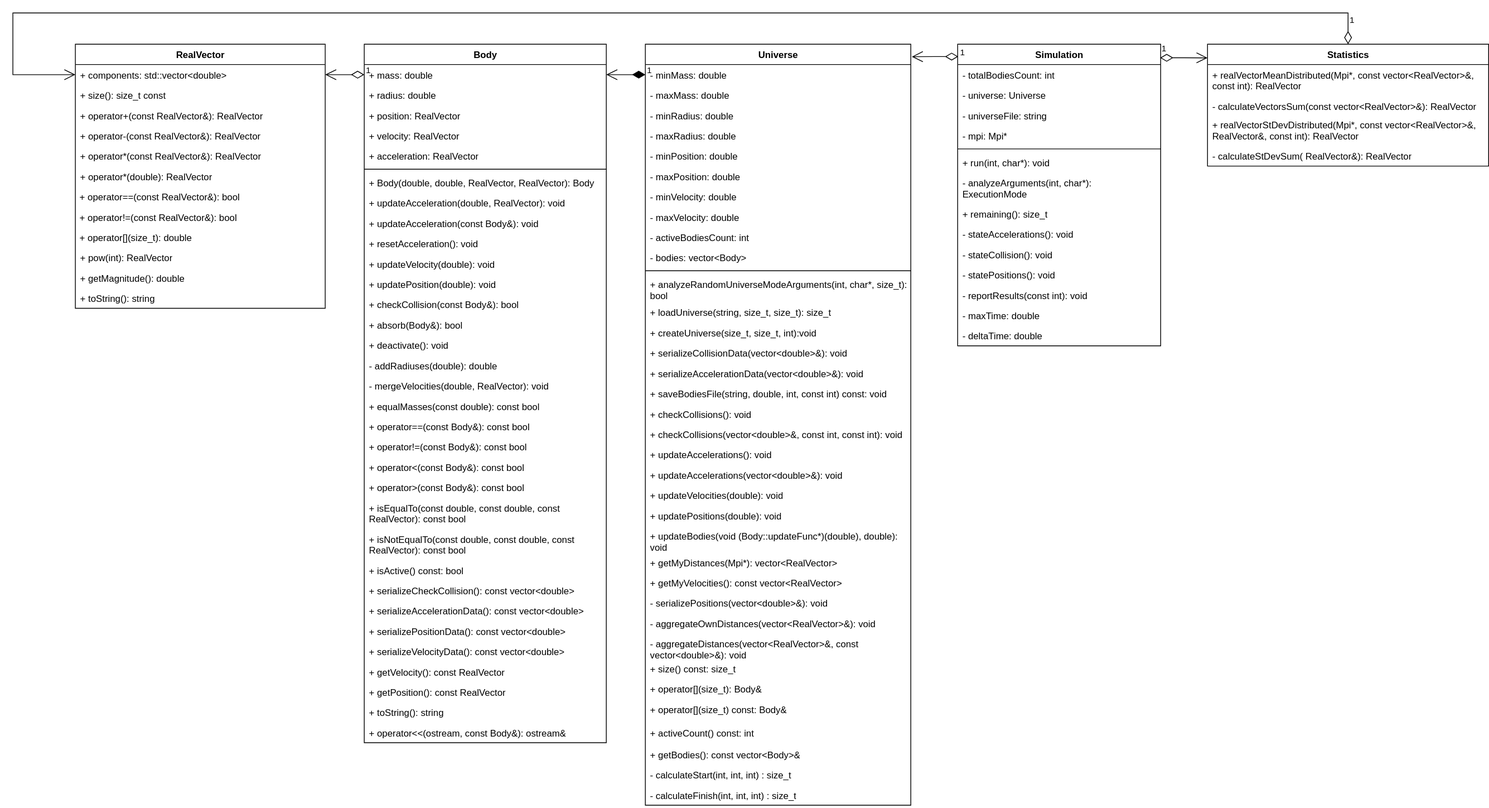
Above: nbody/design/img/nbody_uml.svg in evaanchn/concurrente2025a-stockholm-syndrome (draw.io), before the change. Source tidied: cells renumbered, new cells last; positions are measured from the earlier drawing's top-left corner, leaving out a move shared by most shapes.
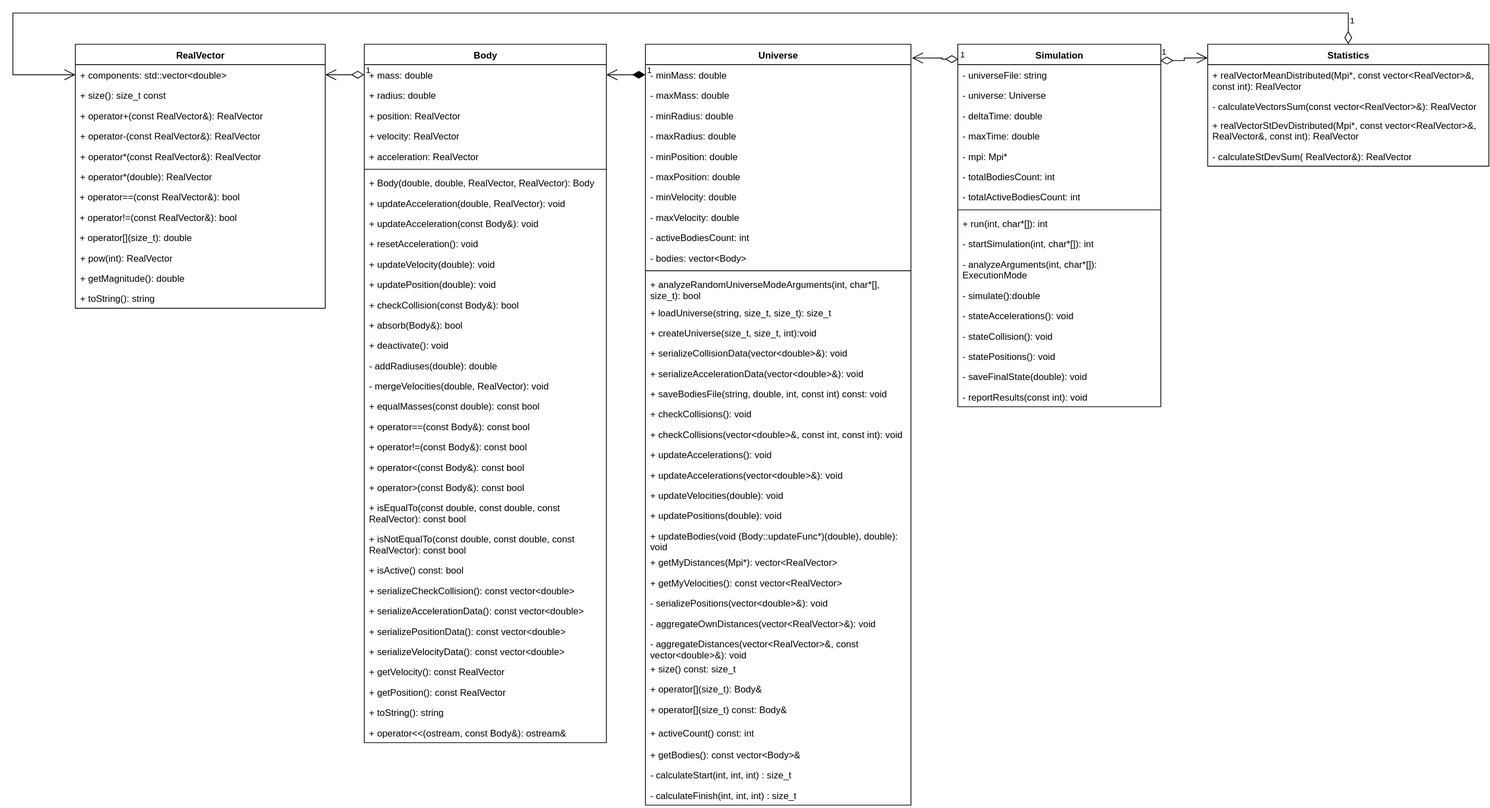
After the commit.

Commit message:
nbody: design update

Change to the diagram source:
```diff
@@ -18,50 +18,59 @@
       <mxGeometry y="130" width="360" height="26" as="geometry" />
     </mxCell>
     <mxCell id="7" value="Simulation" style="swimlane;fontStyle=1;align=center;verticalAlign=top;horizontal=1;startSize=26;whiteSpace=wrap;html=1;" parent="1" vertex="1">
-      <mxGeometry x="1210" y="40" width="260" height="386" as="geometry" />
+      <mxGeometry x="1210" y="40" width="260" height="464" as="geometry" />
     </mxCell>
+    <mxCell id="10" value="- universeFile: string" style="text;strokeColor=none;fillColor=none;align=left;verticalAlign=top;spacingLeft=4;spacingRight=4;overflow=hidden;whiteSpace=wrap;html=1;" parent="7" vertex="1">
+      <mxGeometry y="26" width="260" height="26" as="geometry" />
+    </mxCell>
+    <mxCell id="9" value="- universe: Universe" style="text;strokeColor=none;fillColor=none;align=left;verticalAlign=top;spacingLeft=4;spacingRight=4;overflow=hidden;whiteSpace=wrap;html=1;" parent="7" vertex="1">
+      <mxGeometry y="52" width="260" height="26" as="geometry" />
+    </mxCell>
+    <mxCell id="21" value="- deltaTime: double" style="text;strokeColor=none;fillColor=none;align=left;verticalAlign=top;spacingLeft=4;spacingRight=4;overflow=hidden;whiteSpace=wrap;html=1;" parent="7" vertex="1">
+      <mxGeometry y="78" width="260" height="26" as="geometry" />
+    </mxCell>
+    <mxCell id="20" value="- maxTime: double" style="text;strokeColor=none;fillColor=none;align=left;verticalAlign=top;spacingLeft=4;spacingRight=4;overflow=hidden;whiteSpace=wrap;html=1;" parent="7" vertex="1">
+      <mxGeometry y="104" width="260" height="26" as="geometry" />
+    </mxCell>
+    <mxCell id="11" value="- mpi: Mpi*" style="text;strokeColor=none;fillColor=none;align=left;verticalAlign=top;spacingLeft=4;spacingRight=4;overflow=hidden;whiteSpace=wrap;html=1;" parent="7" vertex="1">
+      <mxGeometry y="130" width="260" height="26" as="geometry" />
+    </mxCell>
     <mxCell id="8" value="- totalBodiesCount: int" style="text;strokeColor=none;fillColor=none;align=left;verticalAlign=top;spacingLeft=4;spacingRight=4;overflow=hidden;whiteSpace=wrap;html=1;" parent="7" vertex="1">
-      <mxGeometry y="26" width="260" height="26" as="geometry" />
+      <mxGeometry y="156" width="260" height="26" as="geometry" />
     </mxCell>
-    <mxCell id="9" value="- universe: Universe" style="text;strokeColor=none;fillColor=none;align=left;verticalAlign=top;spacingLeft=4;spacingRight=4;overflow=hidden;whiteSpace=wrap;html=1;" parent="7" vertex="1">
-      <mxGeometry y="52" width="260" height="26" as="geometry" />
-    </mxCell>
-    <mxCell id="10" value="- universeFile: string" style="text;strokeColor=none;fillColor=none;align=left;verticalAlign=top;spacingLeft=4;spacingRight=4;overflow=hidden;whiteSpace=wrap;html=1;" parent="7" vertex="1">
-      <mxGeometry y="78" width="260" height="26" as="geometry" />
-    </mxCell>
-    <mxCell id="11" value="- mpi: Mpi*" style="text;strokeColor=none;fillColor=none;align=left;verticalAlign=top;spacingLeft=4;spacingRight=4;overflow=hidden;whiteSpace=wrap;html=1;" parent="7" vertex="1">
-      <mxGeometry y="104" width="260" height="26" as="geometry" />
-    </mxCell>
+    <mxCell id="111" value="- totalActiveBodiesCount: int" style="text;strokeColor=none;fillColor=none;align=left;verticalAlign=top;spacingLeft=4;spacingRight=4;overflow=hidden;whiteSpace=wrap;html=1;" parent="7" vertex="1">
+      <mxGeometry y="182" width="260" height="26" as="geometry" />
+    </mxCell>
     <mxCell id="12" style="line;strokeWidth=1;fillColor=none;align=left;verticalAlign=middle;spacingTop=-1;spacingLeft=3;spacingRight=3;labelPosition=right;strokeColor=inherit;" parent="7" vertex="1">
-      <mxGeometry y="130" width="260" height="8" as="geometry" />
+      <mxGeometry y="208" width="260" height="8" as="geometry" />
     </mxCell>
-    <mxCell id="13" value="+ run(int, char*): void" style="text;strokeColor=none;fillColor=none;align=left;verticalAlign=top;spacingLeft=4;spacingRight=4;overflow=hidden;whiteSpace=wrap;html=1;" parent="7" vertex="1">
-      <mxGeometry y="138" width="260" height="26" as="geometry" />
+    <mxCell id="13" value="+ run(int, char*[]): int" style="text;strokeColor=none;fillColor=none;align=left;verticalAlign=top;spacingLeft=4;spacingRight=4;overflow=hidden;whiteSpace=wrap;html=1;" parent="7" vertex="1">
+      <mxGeometry y="216" width="260" height="26" as="geometry" />
     </mxCell>
+    <mxCell id="112" value="- startSimulation(int, char*[]): int&amp;nbsp;" style="text;strokeColor=none;fillColor=none;align=left;verticalAlign=top;spacingLeft=4;spacingRight=4;overflow=hidden;whiteSpace=wrap;html=1;" parent="7" vertex="1">
+      <mxGeometry y="242" width="260" height="26" as="geometry" />
+    </mxCell>
-    <mxCell id="14" value="- analyzeArguments(int, char*): ExecutionMode" style="text;strokeColor=none;fillColor=none;align=left;verticalAlign=top;spacingLeft=4;spacingRight=4;overflow=hidden;whiteSpace=wrap;html=1;" parent="7" vertex="1">
-      <mxGeometry y="164" width="260" height="40" as="geometry" />
+    <mxCell id="14" value="- analyzeArguments(int, char*[]): ExecutionMode" style="text;strokeColor=none;fillColor=none;align=left;verticalAlign=top;spacingLeft=4;spacingRight=4;overflow=hidden;whiteSpace=wrap;html=1;" parent="7" vertex="1">
+      <mxGeometry y="268" width="260" height="40" as="geometry" />
     </mxCell>
-    <mxCell id="15" value="+ remaining(): size_t" style="text;strokeColor=none;fillColor=none;align=left;verticalAlign=top;spacingLeft=4;spacingRight=4;overflow=hidden;whiteSpace=wrap;html=1;" parent="7" vertex="1">
-      <mxGeometry y="204" width="260" height="26" as="geometry" />
+    <mxCell id="15" value="- simulate():double" style="text;strokeColor=none;fillColor=none;align=left;verticalAlign=top;spacingLeft=4;spacingRight=4;overflow=hidden;whiteSpace=wrap;html=1;" parent="7" vertex="1">
+      <mxGeometry y="308" width="260" height="26" as="geometry" />
     </mxCell>
     <mxCell id="16" value="- stateAccelerations(): void" style="text;strokeColor=none;fillColor=none;align=left;verticalAlign=top;spacingLeft=4;spacingRight=4;overflow=hidden;whiteSpace=wrap;html=1;" parent="7" vertex="1">
-      <mxGeometry y="230" width="260" height="26" as="geometry" />
+      <mxGeometry y="334" width="260" height="26" as="geometry" />
     </mxCell>
     <mxCell id="17" value="- stateCollision(): void" style="text;strokeColor=none;fillColor=none;align=left;verticalAlign=top;spacingLeft=4;spacingRight=4;overflow=hidden;whiteSpace=wrap;html=1;" parent="7" vertex="1">
-      <mxGeometry y="256" width="260" height="26" as="geometry" />
+      <mxGeometry y="360" width="260" height="26" as="geometry" />
     </mxCell>
     <mxCell id="18" value="- statePositions(): void" style="text;strokeColor=none;fillColor=none;align=left;verticalAlign=top;spacingLeft=4;spacingRight=4;overflow=hidden;whiteSpace=wrap;html=1;" parent="7" vertex="1">
-      <mxGeometry y="282" width="260" height="26" as="geometry" />
+      <mxGeometry y="386" width="260" height="26" as="geometry" />
     </mxCell>
+    <mxCell id="113" value="- saveFinalState(double): void" style="text;strokeColor=none;fillColor=none;align=left;verticalAlign=top;spacingLeft=4;spacingRight=4;overflow=hidden;whiteSpace=wrap;html=1;" parent="7" vertex="1">
+      <mxGeometry y="412" width="260" height="26" as="geometry" />
+    </mxCell>
     <mxCell id="19" value="- reportResults(const int): void" style="text;strokeColor=none;fillColor=none;align=left;verticalAlign=top;spacingLeft=4;spacingRight=4;overflow=hidden;whiteSpace=wrap;html=1;" parent="7" vertex="1">
-      <mxGeometry y="308" width="260" height="26" as="geometry" />
+      <mxGeometry y="438" width="260" height="26" as="geometry" />
     </mxCell>
-    <mxCell id="20" value="- maxTime: double" style="text;strokeColor=none;fillColor=none;align=left;verticalAlign=top;spacingLeft=4;spacingRight=4;overflow=hidden;whiteSpace=wrap;html=1;" parent="7" vertex="1">
-      <mxGeometry y="334" width="260" height="26" as="geometry" />
-    </mxCell>
-    <mxCell id="21" value="- deltaTime: double" style="text;strokeColor=none;fillColor=none;align=left;verticalAlign=top;spacingLeft=4;spacingRight=4;overflow=hidden;whiteSpace=wrap;html=1;" parent="7" vertex="1">
-      <mxGeometry y="360" width="260" height="26" as="geometry" />
-    </mxCell>
     <mxCell id="22" value="Universe" style="swimlane;fontStyle=1;align=center;verticalAlign=top;horizontal=1;startSize=26;whiteSpace=wrap;html=1;" parent="1" vertex="1">
       <mxGeometry x="810" y="40" width="340" height="974" as="geometry" />
     </mxCell>
@@ -98,7 +107,7 @@
     <mxCell id="33" style="line;strokeWidth=1;fillColor=none;align=left;verticalAlign=middle;spacingTop=-1;spacingLeft=3;spacingRight=3;labelPosition=right;strokeColor=inherit;" parent="22" vertex="1">
       <mxGeometry y="286" width="340" height="8" as="geometry" />
     </mxCell>
-    <mxCell id="34" value="+ analyzeRandomUniverseModeArguments(int, char*, size_t): bool" style="text;strokeColor=none;fillColor=none;align=left;verticalAlign=top;spacingLeft=4;spacingRight=4;overflow=hidden;whiteSpace=wrap;html=1;" parent="22" vertex="1">
+    <mxCell id="34" value="+ analyzeRandomUniverseModeArguments(int, char*[], size_t): bool" style="text;strokeColor=none;fillColor=none;align=left;verticalAlign=top;spacingLeft=4;spacingRight=4;overflow=hidden;whiteSpace=wrap;html=1;" parent="22" vertex="1">
       <mxGeometry y="294" width="340" height="36" as="geometry" />
     </mxCell>
     <mxCell id="35" value="+ loadUniverse(string, size_t, size_t): size_t" style="text;strokeColor=none;fillColor=none;align=left;verticalAlign=top;spacingLeft=4;spacingRight=4;overflow=hidden;whiteSpace=wrap;html=1;" parent="22" vertex="1">
@@ -323,8 +332,8 @@
     <mxCell id="108" value="1" style="endArrow=open;html=1;endSize=12;startArrow=diamondThin;startSize=14;startFill=0;edgeStyle=orthogonalEdgeStyle;align=left;verticalAlign=bottom;rounded=0;exitX=0.003;exitY=0.041;exitDx=0;exitDy=0;entryX=1.004;entryY=0.018;entryDx=0;entryDy=0;exitPerimeter=0;entryPerimeter=0;" parent="1" edge="1" source="7" target="22">
       <mxGeometry x="-1" y="3" relative="1" as="geometry">
         <Array as="points">
-          <mxPoint x="1181" y="56" />
-          <mxPoint x="1151" y="56" />
+          <mxPoint x="1190" y="59" />
+          <mxPoint x="1151" y="58" />
         </Array>
       </mxGeometry>
     </mxCell>
```
